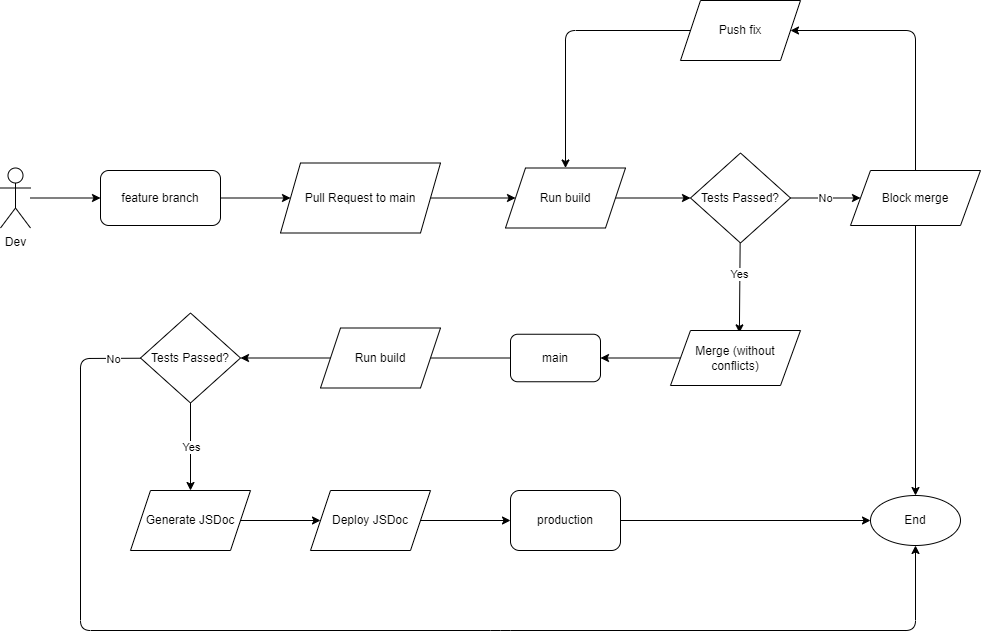
The draw.io diagram admin/cipipeline/phase1.drawio.png in cse110-sp23-group15/cse110-sp23-group15, before a commit. Source tidied: cells renumbered, new cells last; positions are measured from the earlier drawing's top-left corner, leaving out a move shared by most shapes.
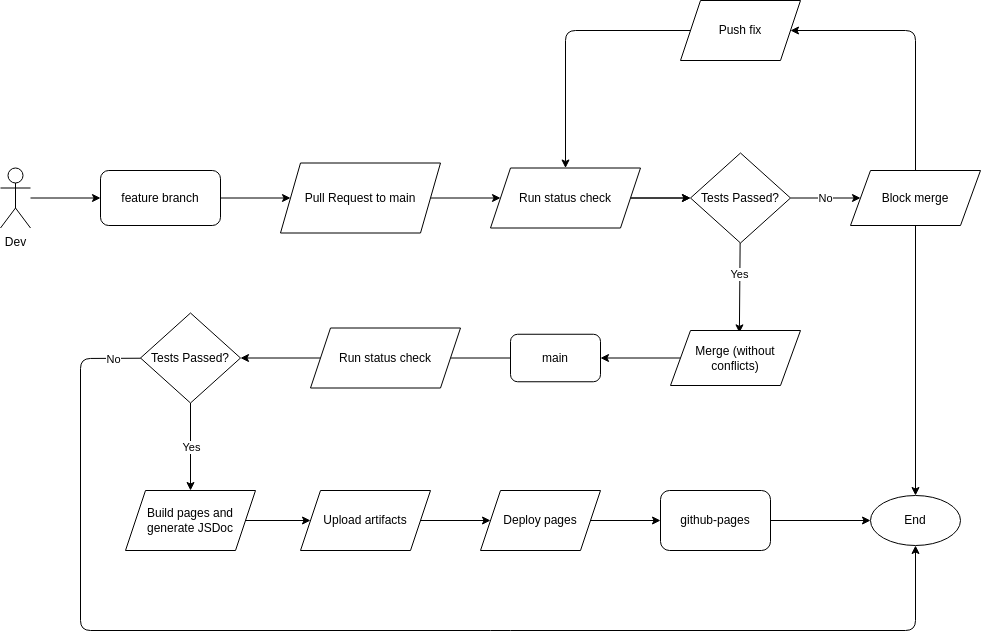
After the change.

Change to the diagram source:
```diff
@@ -60,14 +60,14 @@
     <mxCell id="17" style="edgeStyle=none;html=1;" parent="1" edge="1" source="18" target="20">
       <mxGeometry relative="1" as="geometry" />
     </mxCell>
-    <mxCell id="18" value="Generate JSDoc" style="shape=parallelogram;perimeter=parallelogramPerimeter;whiteSpace=wrap;html=1;fixedSize=1;" parent="1" vertex="1">
-      <mxGeometry x="130" y="490" width="120" height="60" as="geometry" />
+    <mxCell id="18" value="Build pages and generate JSDoc" style="shape=parallelogram;perimeter=parallelogramPerimeter;whiteSpace=wrap;html=1;fixedSize=1;" parent="1" vertex="1">
+      <mxGeometry x="125" y="490" width="130" height="60" as="geometry" />
     </mxCell>
-    <mxCell id="19" style="edgeStyle=none;html=1;entryX=0;entryY=0.5;entryDx=0;entryDy=0;" parent="1" edge="1" source="20" target="31">
+    <mxCell id="19" style="edgeStyle=none;html=1;entryX=0;entryY=0.5;entryDx=0;entryDy=0;" parent="1" edge="1" source="20" target="41">
       <mxGeometry relative="1" as="geometry" />
     </mxCell>
-    <mxCell id="20" value="Deploy JSDoc" style="shape=parallelogram;perimeter=parallelogramPerimeter;whiteSpace=wrap;html=1;fixedSize=1;" parent="1" vertex="1">
-      <mxGeometry x="310" y="490" width="120" height="60" as="geometry" />
+    <mxCell id="20" value="Upload artifacts" style="shape=parallelogram;perimeter=parallelogramPerimeter;whiteSpace=wrap;html=1;fixedSize=1;" parent="1" vertex="1">
+      <mxGeometry x="300" y="490" width="130" height="60" as="geometry" />
     </mxCell>
     <mxCell id="21" value="End" style="ellipse;whiteSpace=wrap;html=1;" parent="1" vertex="1">
       <mxGeometry x="870" y="495" width="90" height="50" as="geometry" />
@@ -87,8 +87,11 @@
     <mxCell id="26" style="edgeStyle=none;html=1;" parent="1" edge="1" source="27" target="11">
       <mxGeometry relative="1" as="geometry" />
     </mxCell>
+    <mxCell id="38" style="edgeStyle=none;html=1;" parent="1" edge="1" source="27" target="11">
+      <mxGeometry relative="1" as="geometry" />
+    </mxCell>
-    <mxCell id="27" value="Run build" style="shape=parallelogram;perimeter=parallelogramPerimeter;whiteSpace=wrap;html=1;fixedSize=1;" parent="1" vertex="1">
-      <mxGeometry x="505" y="167.5" width="120" height="60" as="geometry" />
+    <mxCell id="27" value="Run status check" style="shape=parallelogram;perimeter=parallelogramPerimeter;whiteSpace=wrap;html=1;fixedSize=1;" parent="1" vertex="1">
+      <mxGeometry x="490" y="167.5" width="150" height="60" as="geometry" />
     </mxCell>
     <mxCell id="28" style="edgeStyle=none;html=1;entryX=0.5;entryY=0;entryDx=0;entryDy=0;" parent="1" edge="1" source="29" target="27">
       <mxGeometry relative="1" as="geometry">
@@ -103,8 +106,8 @@
     <mxCell id="30" style="edgeStyle=none;html=1;" parent="1" edge="1" source="31" target="21">
       <mxGeometry relative="1" as="geometry" />
     </mxCell>
-    <mxCell id="31" value="production" style="rounded=1;whiteSpace=wrap;html=1;" parent="1" vertex="1">
-      <mxGeometry x="510" y="490" width="110" height="60" as="geometry" />
+    <mxCell id="31" value="github-pages" style="rounded=1;whiteSpace=wrap;html=1;" parent="1" vertex="1">
+      <mxGeometry x="660" y="490" width="110" height="60" as="geometry" />
     </mxCell>
     <mxCell id="32" style="edgeStyle=none;html=1;entryX=0.5;entryY=1;entryDx=0;entryDy=0;" parent="1" edge="1" source="34" target="21">
       <mxGeometry relative="1" as="geometry">
@@ -124,14 +127,20 @@
     <mxCell id="34" value="Tests Passed?" style="rhombus;whiteSpace=wrap;html=1;" parent="1" vertex="1">
       <mxGeometry x="140" y="312.5" width="100" height="90" as="geometry" />
     </mxCell>
-    <mxCell id="35" style="edgeStyle=none;html=1;entryX=1;entryY=0.5;entryDx=0;entryDy=0;endArrow=none;" parent="1" edge="1" source="6" target="37">
+    <mxCell id="35" style="edgeStyle=none;html=1;entryX=1;entryY=0.5;entryDx=0;entryDy=0;endArrow=none;" parent="1" edge="1" source="6" target="39">
       <mxGeometry relative="1" as="geometry" />
     </mxCell>
-    <mxCell id="36" style="edgeStyle=none;html=1;" parent="1" edge="1" source="37" target="34">
+    <mxCell id="36" style="edgeStyle=none;html=1;exitX=0;exitY=0.5;exitDx=0;exitDy=0;" parent="1" edge="1" source="39" target="34">
       <mxGeometry relative="1" as="geometry" />
     </mxCell>
-    <mxCell id="37" value="Run build" style="shape=parallelogram;perimeter=parallelogramPerimeter;whiteSpace=wrap;html=1;fixedSize=1;" parent="1" vertex="1">
-      <mxGeometry x="320" y="327.5" width="120" height="60" as="geometry" />
-    </mxCell>
+    <mxCell id="39" value="Run status check" style="shape=parallelogram;perimeter=parallelogramPerimeter;whiteSpace=wrap;html=1;fixedSize=1;" parent="1" vertex="1">
+      <mxGeometry x="310" y="327.5" width="150" height="60" as="geometry" />
+    </mxCell>
+    <mxCell id="40" style="edgeStyle=none;html=1;entryX=0;entryY=0.5;entryDx=0;entryDy=0;" parent="1" edge="1" source="41" target="31">
+      <mxGeometry relative="1" as="geometry" />
+    </mxCell>
+    <mxCell id="41" value="Deploy pages" style="shape=parallelogram;perimeter=parallelogramPerimeter;whiteSpace=wrap;html=1;fixedSize=1;" parent="1" vertex="1">
+      <mxGeometry x="480" y="490" width="120" height="60" as="geometry" />
+    </mxCell>
   </root>
 </mxGraphModel>
```
